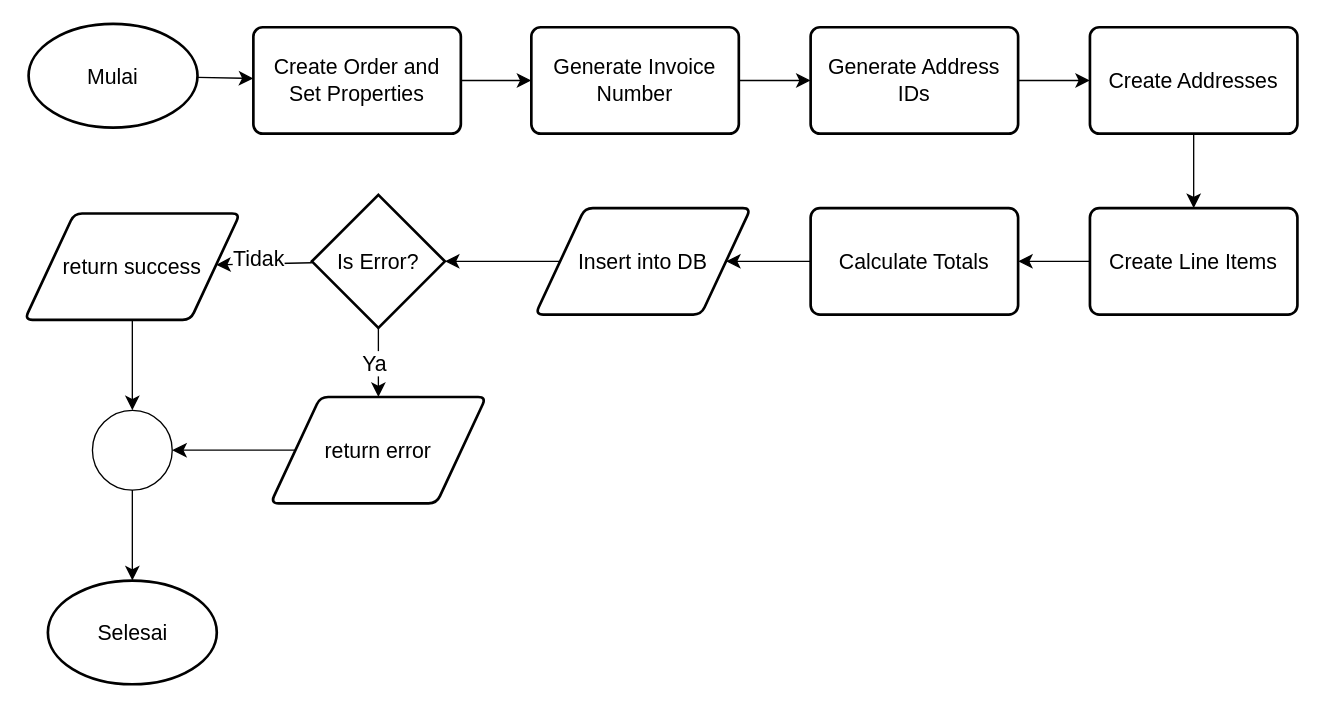
The draw.io diagram page "Page-8" (8 of 10) of problem_1/Untitled Diagram.drawio in Yoga3911/alterra_section_15, before the edit. Source tidied: cells renumbered, new cells numbered last; positions are measured from the earlier drawing's top-left corner, leaving out a move shared by most shapes. Both pictures are drawn from the tidied source at 133%, with x=0, y=0 at pixel (24, 23).
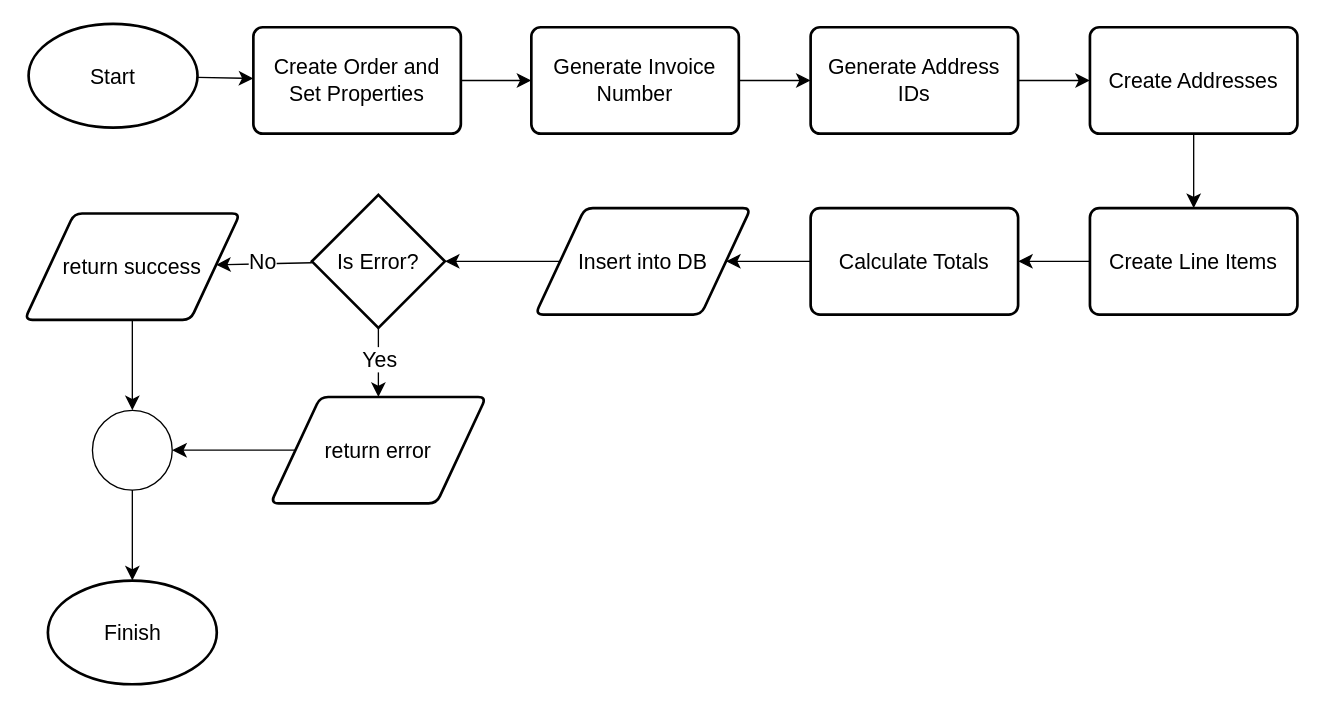
The same diagram, later.

The change refers to these unchanged cells:
```xml
<mxCell id="19" style="edgeStyle=none;curved=1;rounded=0;jettySize=auto;html=1;fontSize=12;startSize=8;endSize=8;" parent="1" edge="1" source="23" target="25">
  <mxGeometry relative="1" as="geometry" />
</mxCell>
<mxCell id="21" style="edgeStyle=none;curved=1;rounded=0;jettySize=auto;html=1;fontSize=12;startSize=8;endSize=8;" parent="1" edge="1" source="23" target="27">
  <mxGeometry relative="1" as="geometry" />
</mxCell>
```

Diff of the diagram source:
```diff
@@
-    <mxCell id="3" value="Mulai" style="strokeWidth=2;html=1;shape=mxgraph.flowchart.start_1;whiteSpace=wrap;fontSize=16;" parent="1" vertex="1">
+    <mxCell id="3" value="Start" style="strokeWidth=2;html=1;shape=mxgraph.flowchart.start_1;whiteSpace=wrap;fontSize=16;" parent="1" vertex="1">
       <mxGeometry x="3" y="0.5" width="127" height="78" as="geometry" />
     </mxCell>
@@
-    <mxCell id="6" value="Selesai" style="strokeWidth=2;html=1;shape=mxgraph.flowchart.start_1;whiteSpace=wrap;fontSize=16;" parent="1" vertex="1">
+    <mxCell id="6" value="Finish" style="strokeWidth=2;html=1;shape=mxgraph.flowchart.start_1;whiteSpace=wrap;fontSize=16;" parent="1" vertex="1">
       <mxGeometry x="17.5" y="419" width="127" height="78" as="geometry" />
     </mxCell>
@@
-    <mxCell id="20" value="Tidak" style="edgeLabel;html=1;align=center;verticalAlign=middle;fontSize=16;" parent="19" vertex="1">
-      <mxGeometry x="0.11" y="-4" relative="1" as="geometry" />
-    </mxCell>
+    <mxCell id="30" value="No" style="edgeLabel;html=1;align=center;verticalAlign=middle;fontSize=16;" parent="19" vertex="1">
+      <mxGeometry x="0.04" y="-2" relative="1" as="geometry" />
+    </mxCell>
@@
-    <mxCell id="22" value="Ya" style="edgeLabel;html=1;align=center;verticalAlign=middle;fontSize=16;" parent="21" vertex="1">
-      <mxGeometry x="0.02" y="-4" relative="1" as="geometry">
-        <mxPoint y="-1" as="offset" />
-      </mxGeometry>
-    </mxCell>
+    <mxCell id="31" value="Yes" style="edgeLabel;html=1;align=center;verticalAlign=middle;fontSize=16;" parent="21" vertex="1">
+      <mxGeometry x="-0.11" relative="1" as="geometry" />
+    </mxCell>
```
